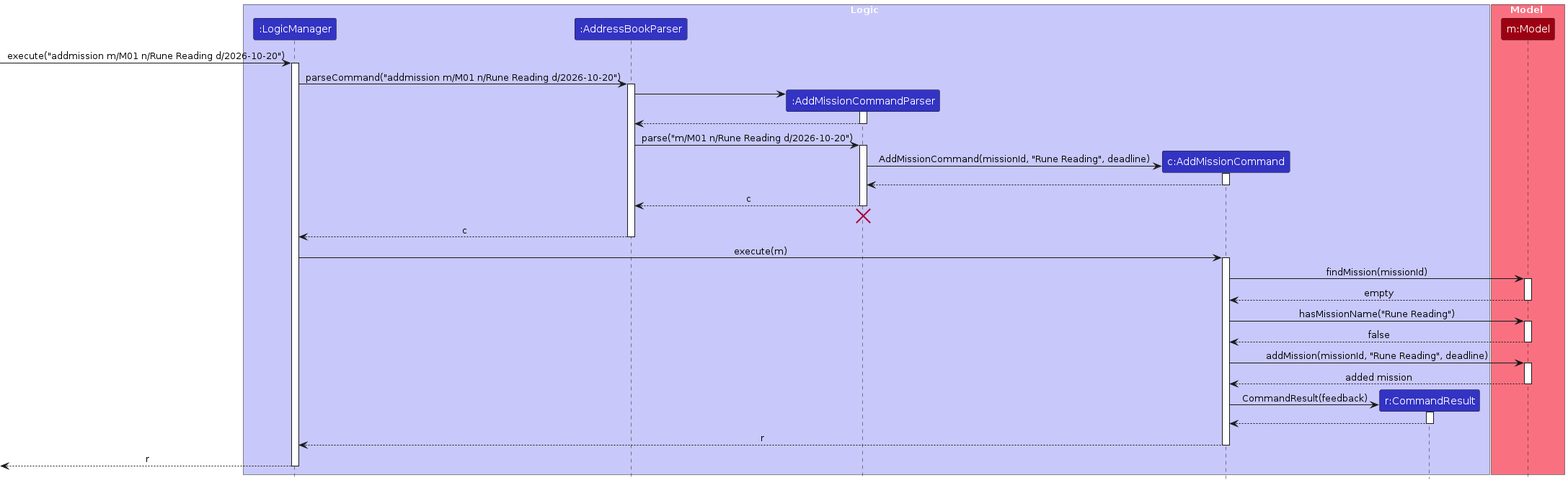
Above: diagrams/AddMissionSequenceDiagram.png in AY2627S1-CS2103T-F14a-1/tp (PlantUML), before the change. Its source is kept beside it as diagrams/AddMissionSequenceDiagram.puml.
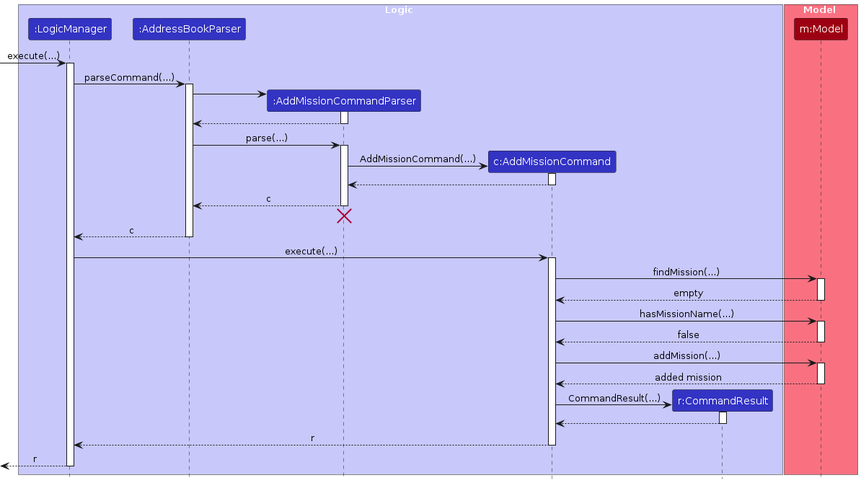
Above is the later version.

Diff of the diagram source:
```diff
@@ -11,19 +11,19 @@
 box Model MODEL_COLOR_T1
 participant "m:Model" as M MODEL_COLOR
 end box
-[-> L : execute("addmission m/M01 n/Rune Reading d/2026-10-20")
+[-> L : execute(...)
 activate L
-L -> A : parseCommand("addmission m/M01 n/Rune Reading d/2026-10-20")
+L -> A : parseCommand(...)
 activate A
 create P
 A -> P
 activate P
 P --> A
 deactivate P
-A -> P : parse("m/M01 n/Rune Reading d/2026-10-20")
+A -> P : parse(...)
 activate P
 create C
-P -> C : AddMissionCommand(missionId, "Rune Reading", deadline)
+P -> C : AddMissionCommand(...)
 activate C
 C --> P
 deactivate C
@@ -33,22 +33,22 @@
 destroy P
 A --> L : c
 deactivate A
-L -> C : execute(m)
+L -> C : execute(...)
 activate C
-C -> M : findMission(missionId)
+C -> M : findMission(...)
 activate M
 M --> C : empty
 deactivate M
-C -> M : hasMissionName("Rune Reading")
+C -> M : hasMissionName(...)
 activate M
 M --> C : false
 deactivate M
-C -> M : addMission(missionId, "Rune Reading", deadline)
+C -> M : addMission(...)
 activate M
 M --> C : added mission
 deactivate M
 create R
-C -> R : CommandResult(feedback)
+C -> R : CommandResult(...)
 activate R
 R --> C
 deactivate R
```
